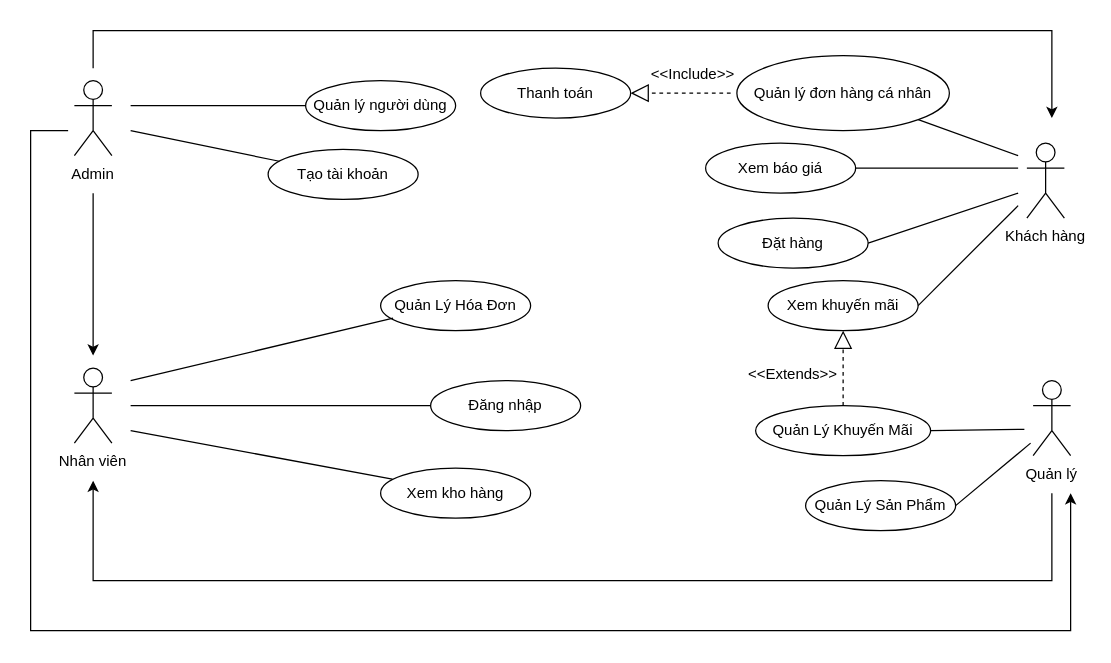
ChauCongTu/thiet-ke-linh-tinh keeps this draw.io diagram as Biểu đồ không có tiêu đề.drawio. Above is the earlier version. Source tidied: cells renumbered, new cells numbered last; positions are measured from the earlier drawing's top-left corner, leaving out a move shared by most shapes. Both pictures are drawn from the tidied source at 125%, with x=0, y=0 at pixel (30, 30).
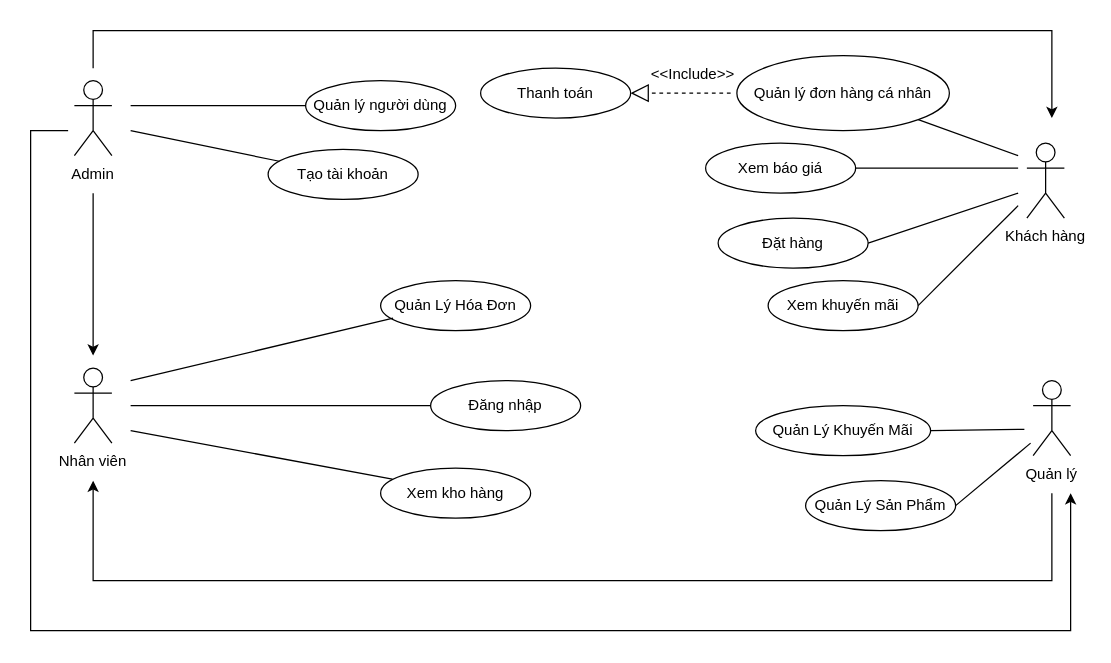
After the change.

Commit message:
Cập nhật Biểu đồ không có tiêu đề.drawio

The change refers to these unchanged cells:
```xml
<mxCell id="16" value="Quản Lý Khuyến Mãi" style="ellipse;whiteSpace=wrap;html=1;" parent="1" vertex="1">
  <mxGeometry x="580" y="300" width="140" height="40" as="geometry" />
</mxCell>
<mxCell id="18" value="Xem khuyến mãi" style="ellipse;whiteSpace=wrap;html=1;" parent="1" vertex="1">
  <mxGeometry x="590" y="200" width="120" height="40" as="geometry" />
</mxCell>
```

Diff of the diagram source:
```diff
@@
-    <mxCell id="40" style="endArrow=block;dashed=1;endFill=0;endSize=12;html=1;rounded=0;exitX=0.5;exitY=0;exitDx=0;exitDy=0;entryX=0.5;entryY=1;entryDx=0;entryDy=0;" parent="1" edge="1" source="16" target="18">
-      <mxGeometry relative="1" as="geometry" />
-    </mxCell>
-    <mxCell id="41" value="&amp;lt;&amp;lt;Extends&amp;gt;&amp;gt;" style="text;html=1;strokeColor=none;fillColor=none;align=center;verticalAlign=middle;whiteSpace=wrap;rounded=0;" parent="1" vertex="1">
-      <mxGeometry x="580" y="260" width="60" height="30" as="geometry" />
-    </mxCell>
```
